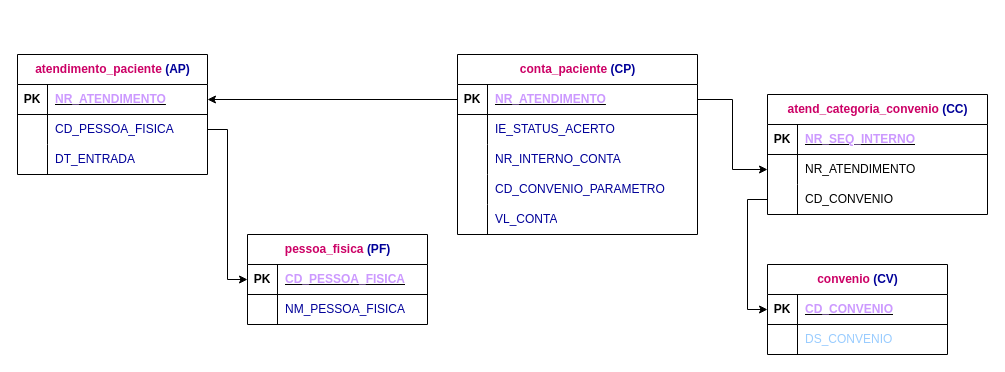
This is Exercício12.drawio from PatriciaGavloski/diagramas.sql, a draw.io file, before an edit. Source tidied: cells renumbered, new cells numbered last; positions are measured from the earlier drawing's top-left corner, leaving out a move shared by most shapes. Both pictures are drawn from the tidied source at 100%, with x=0, y=0 at pixel (17, 54).
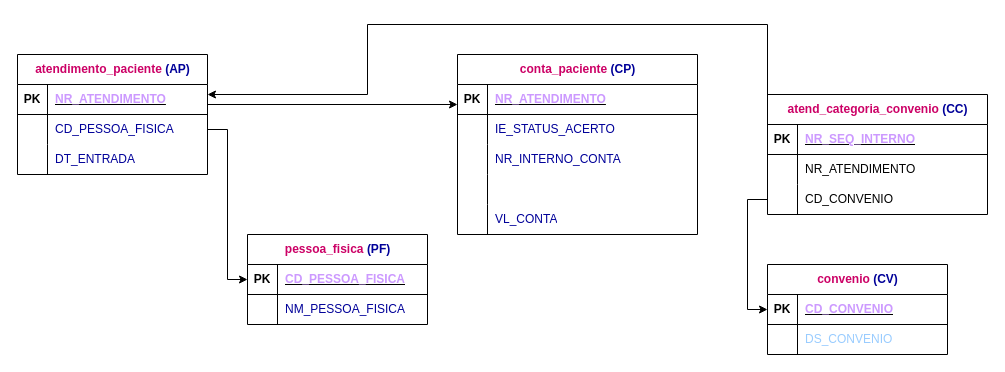
After the change.

Unchanged cells that the change refers to:
```xml
<mxCell id="3" style="shape=tableRow;horizontal=0;startSize=0;swimlaneHead=0;swimlaneBody=0;fillColor=none;points=[[0,0.5],[1,0.5]];portConstraint=eastwest;top=0;left=0;right=0;bottom=1;" parent="2" vertex="1">
  <mxGeometry y="30" width="240" height="30" as="geometry" />
</mxCell>
<mxCell id="12" style="shape=tableRow;horizontal=0;startSize=0;swimlaneHead=0;swimlaneBody=0;fillColor=none;top=0;left=0;right=0;bottom=0;" parent="2" vertex="1">
  <mxGeometry y="120" width="240" height="30" as="geometry" />
</mxCell>
<mxCell id="19" style="shape=tableRow;horizontal=0;startSize=0;swimlaneHead=0;swimlaneBody=0;fillColor=none;points=[[0,0.5],[1,0.5]];portConstraint=eastwest;top=0;left=0;right=0;bottom=1;" parent="18" vertex="1">
  <mxGeometry y="30" width="190" height="30" as="geometry" />
</mxCell>
<mxCell id="39" style="shape=tableRow;horizontal=0;startSize=0;swimlaneHead=0;swimlaneBody=0;fillColor=none;points=[[0,0.5],[1,0.5]];portConstraint=eastwest;top=0;left=0;right=0;bottom=0;" parent="35" vertex="1">
  <mxGeometry y="60" width="220" height="30" as="geometry" />
</mxCell>
```

Diff of the diagram source:
```diff
@@
-    <mxCell id="14" value="&lt;font color=&quot;#000099&quot;&gt;CD_CONVENIO_PARAMETRO&lt;/font&gt;" style="shape=partialRectangle;fillColor=none;top=0;left=0;bottom=0;right=0;align=left;spacingLeft=6;overflow=hidden;whiteSpace=wrap;html=1;" parent="12" vertex="1">
+    <mxCell id="14" style="shape=partialRectangle;fillColor=none;top=0;left=0;bottom=0;right=0;align=left;spacingLeft=6;overflow=hidden;whiteSpace=wrap;html=1;" parent="12" vertex="1">
       <mxGeometry x="30" width="210" height="30" as="geometry" />
     </mxCell>
@@
-    <mxCell id="45" style="edgeStyle=orthogonalEdgeStyle;rounded=0;jettySize=auto;html=1;exitX=1;exitY=0.5;exitDx=0;exitDy=0;" parent="1" edge="1" source="3" target="39">
-      <mxGeometry relative="1" as="geometry" />
-    </mxCell>
-    <mxCell id="46" style="edgeStyle=orthogonalEdgeStyle;rounded=0;jettySize=auto;html=1;exitX=0;exitY=0.5;exitDx=0;exitDy=0;entryX=1;entryY=0.5;entryDx=0;entryDy=0;" parent="1" edge="1" source="3" target="19">
-      <mxGeometry relative="1" as="geometry" />
-    </mxCell>
@@
+    <mxCell id="56" style="edgeStyle=orthogonalEdgeStyle;rounded=0;orthogonalLoop=1;jettySize=auto;html=1;exitX=1;exitY=0.5;exitDx=0;exitDy=0;entryX=0;entryY=0.5;entryDx=0;entryDy=0;" parent="1" edge="1">
+      <mxGeometry relative="1" as="geometry">
+        <mxPoint x="190" y="50" as="sourcePoint" />
+        <mxPoint x="440" y="50" as="targetPoint" />
+      </mxGeometry>
+    </mxCell>
+    <mxCell id="57" style="edgeStyle=orthogonalEdgeStyle;rounded=0;jettySize=auto;html=1;exitX=0;exitY=0.5;exitDx=0;exitDy=0;" parent="1" edge="1" source="39" target="19">
+      <mxGeometry relative="1" as="geometry">
+        <Array as="points">
+          <mxPoint x="750" y="-30" />
+          <mxPoint x="350" y="-30" />
+          <mxPoint x="350" y="40" />
+        </Array>
+      </mxGeometry>
+    </mxCell>
```
